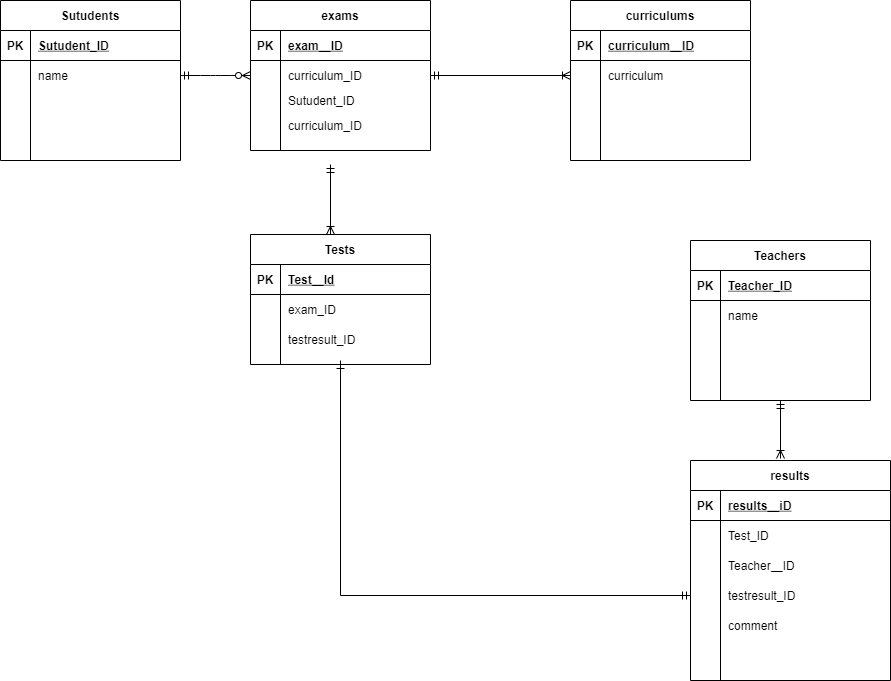
The draw.io diagram DIAGRAMS.NET/index.drawio.png in sozw0x0/Detabase, before a commit. Source tidied: cells renumbered, new cells last; positions are measured from the earlier drawing's top-left corner, leaving out a move shared by most shapes.
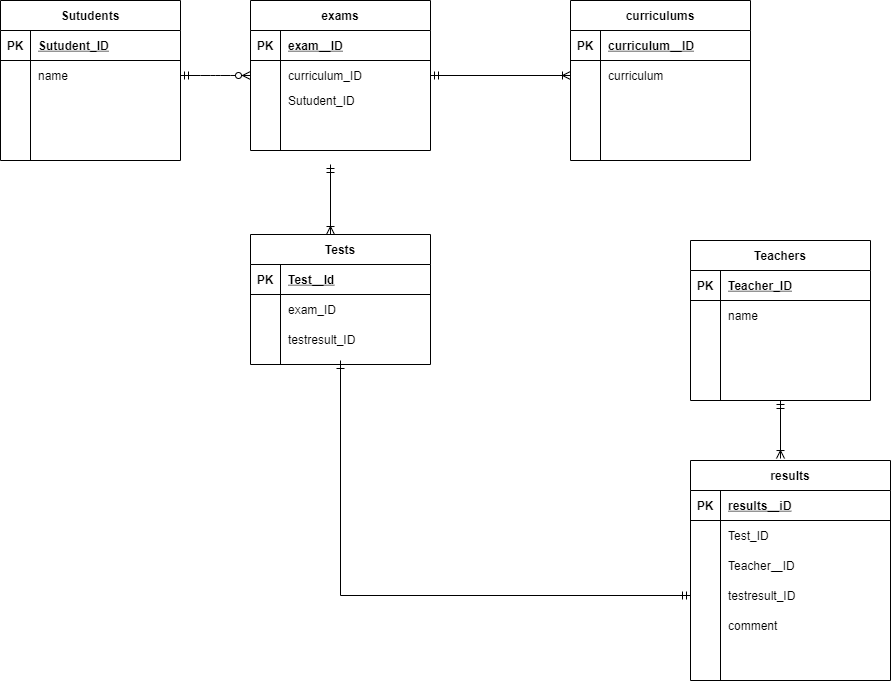
After the change.

Diff of the diagram source:
```diff
@@ -77,7 +77,7 @@
     <mxCell id="26" style="shape=partialRectangle;fillColor=none;top=0;left=0;bottom=0;right=0;overflow=hidden;" parent="25" vertex="1">
       <mxGeometry width="30" height="30" as="geometry" />
     </mxCell>
-    <mxCell id="27" value="curriculum_ID" style="shape=partialRectangle;fillColor=none;top=0;left=0;bottom=0;right=0;align=left;spacingLeft=6;overflow=hidden;" parent="25" vertex="1">
+    <mxCell id="27" style="shape=partialRectangle;fillColor=none;top=0;left=0;bottom=0;right=0;align=left;spacingLeft=6;overflow=hidden;" parent="25" vertex="1">
       <mxGeometry x="30" width="150" height="30" as="geometry" />
     </mxCell>
     <mxCell id="28" value="Tests" style="shape=table;startSize=30;rowLines=0;fontStyle=1;align=center;" parent="1" vertex="1">
```
